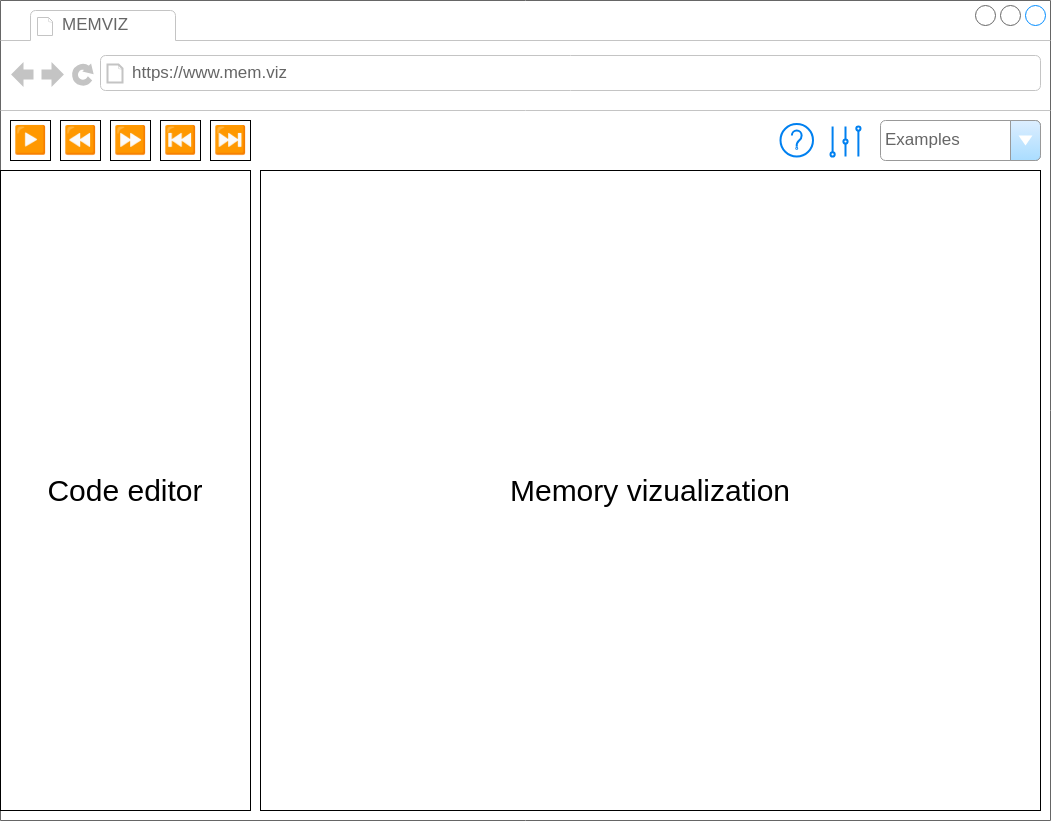
Before: doc/wireframe.drawio.png, a diagram exported from draw.io (hruboson/memviz). Source tidied: cells renumbered, new cells last; positions are measured from the earlier drawing's top-left corner, leaving out a move shared by most shapes. The source it was exported from:
```xml
<mxGraphModel>
  <root>
    <mxCell id="0" />
    <mxCell id="1" parent="0" />
    <mxCell id="2" style="strokeWidth=1;shadow=0;dashed=0;align=center;html=1;shape=mxgraph.mockup.containers.browserWindow;rSize=0;strokeColor=#666666;mainText=,;rounded=0;labelBackgroundColor=none;fontFamily=Verdana;fontSize=12;" parent="1" vertex="1">
      <mxGeometry width="1050" height="820" as="geometry" />
    </mxCell>
    <mxCell id="3" value="MEMVIZ" style="strokeWidth=1;shadow=0;dashed=0;align=center;html=1;shape=mxgraph.mockup.containers.anchor;fontSize=17;fontColor=#666666;align=left;" parent="2" vertex="1">
      <mxGeometry x="60" y="12" width="110" height="26" as="geometry" />
    </mxCell>
    <mxCell id="4" value="https://www.mem.viz" style="strokeWidth=1;shadow=0;dashed=0;align=center;html=1;shape=mxgraph.mockup.containers.anchor;rSize=0;fontSize=17;fontColor=#666666;align=left;" parent="2" vertex="1">
      <mxGeometry x="130" y="60" width="250" height="26" as="geometry" />
    </mxCell>
    <mxCell id="5" value="Examples" style="strokeWidth=1;shadow=0;dashed=0;align=center;html=1;shape=mxgraph.mockup.forms.comboBox;strokeColor=#999999;fillColor=#ddeeff;align=left;fillColor2=#aaddff;mainText=;fontColor=#666666;fontSize=17;spacingLeft=3;" parent="2" vertex="1">
      <mxGeometry x="880" y="120" width="160" height="40" as="geometry" />
    </mxCell>
    <mxCell id="6" value="&lt;font style=&quot;font-size: 27px;&quot;&gt;▶️&lt;/font&gt;" style="rounded=0;whiteSpace=wrap;html=1;strokeColor=default;" parent="2" vertex="1">
      <mxGeometry x="10" y="120" width="40" height="40" as="geometry" />
    </mxCell>
    <mxCell id="7" value="&lt;font style=&quot;font-size: 27px;&quot;&gt;⏮️&lt;/font&gt;" style="rounded=0;whiteSpace=wrap;html=1;strokeColor=default;" parent="2" vertex="1">
      <mxGeometry x="160" y="120" width="40" height="40" as="geometry" />
    </mxCell>
    <mxCell id="8" value="&lt;font style=&quot;font-size: 27px;&quot;&gt;⏭️&lt;/font&gt;" style="rounded=0;whiteSpace=wrap;html=1;strokeColor=default;" parent="2" vertex="1">
      <mxGeometry x="210" y="120" width="40" height="40" as="geometry" />
    </mxCell>
    <mxCell id="9" value="&lt;font style=&quot;font-size: 27px;&quot;&gt;⏩&lt;/font&gt;" style="rounded=0;whiteSpace=wrap;html=1;strokeColor=default;" parent="2" vertex="1">
      <mxGeometry x="110" y="120" width="40" height="40" as="geometry" />
    </mxCell>
    <mxCell id="10" value="&lt;font style=&quot;font-size: 27px;&quot;&gt;⏪&lt;/font&gt;" style="rounded=0;whiteSpace=wrap;html=1;strokeColor=default;" parent="2" vertex="1">
      <mxGeometry x="60" y="120" width="40" height="40" as="geometry" />
    </mxCell>
    <mxCell id="11" value="&lt;font style=&quot;font-size: 30px;&quot;&gt;Code editor&lt;/font&gt;" style="rounded=0;whiteSpace=wrap;html=1;align=center;" parent="2" vertex="1">
      <mxGeometry y="170" width="250" height="640" as="geometry" />
    </mxCell>
    <mxCell id="12" value="&lt;font style=&quot;font-size: 30px;&quot;&gt;Memory vizualization&lt;/font&gt;" style="rounded=0;whiteSpace=wrap;html=1;" parent="2" vertex="1">
      <mxGeometry x="260" y="170" width="780" height="640" as="geometry" />
    </mxCell>
    <mxCell id="13" style="html=1;verticalLabelPosition=bottom;align=center;labelBackgroundColor=#ffffff;verticalAlign=top;strokeWidth=2;strokeColor=#0080F0;shadow=0;dashed=0;shape=mxgraph.ios7.icons.help;" parent="2" vertex="1">
      <mxGeometry x="780" y="123.5" width="32.5" height="32.5" as="geometry" />
    </mxCell>
    <mxCell id="14" style="html=1;verticalLabelPosition=bottom;align=center;labelBackgroundColor=#ffffff;verticalAlign=top;strokeWidth=2;strokeColor=#0080F0;shadow=0;dashed=0;shape=mxgraph.ios7.icons.volume;" parent="2" vertex="1">
      <mxGeometry x="830" y="126" width="30" height="30" as="geometry" />
    </mxCell>
  </root>
</mxGraphModel>
```
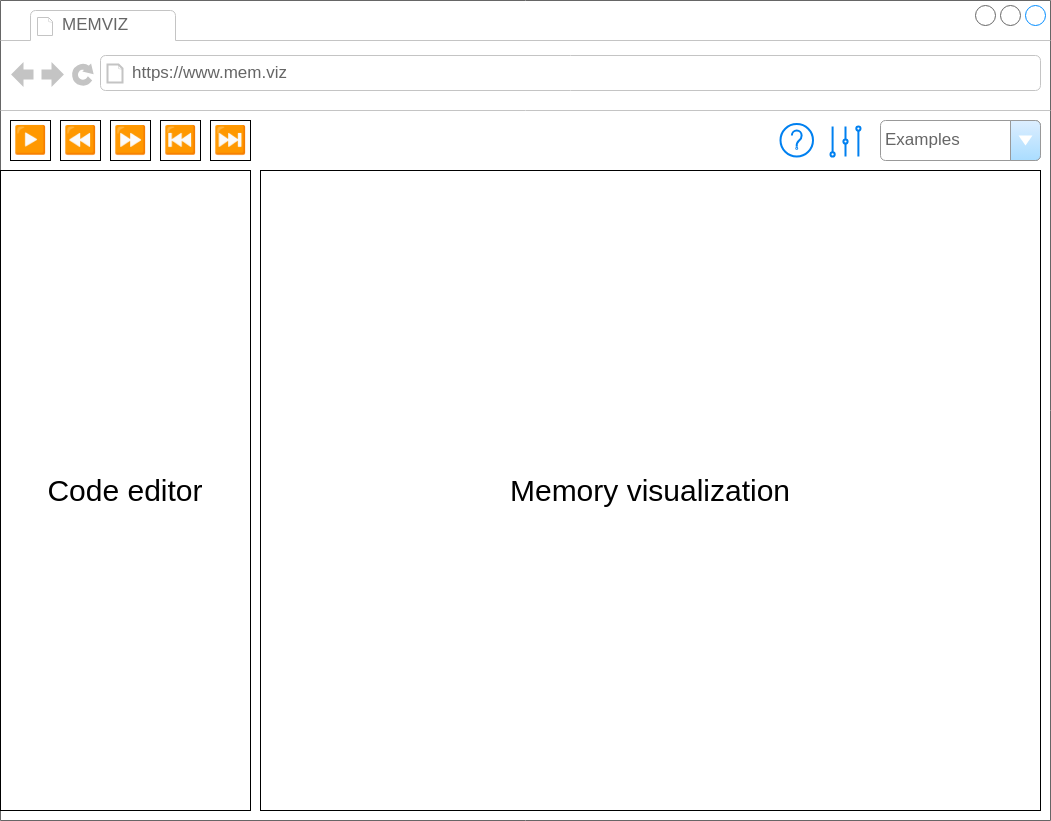
The same diagram one commit later.

Commit message:
doc(architecture diagram)

Diff of the diagram source:
```diff
@@ -32,7 +32,7 @@
     <mxCell id="11" value="&lt;font style=&quot;font-size: 30px;&quot;&gt;Code editor&lt;/font&gt;" style="rounded=0;whiteSpace=wrap;html=1;align=center;" parent="2" vertex="1">
       <mxGeometry y="170" width="250" height="640" as="geometry" />
     </mxCell>
-    <mxCell id="12" value="&lt;font style=&quot;font-size: 30px;&quot;&gt;Memory vizualization&lt;/font&gt;" style="rounded=0;whiteSpace=wrap;html=1;" parent="2" vertex="1">
+    <mxCell id="12" value="&lt;font style=&quot;font-size: 30px;&quot;&gt;Memory visualization&lt;/font&gt;" style="rounded=0;whiteSpace=wrap;html=1;" parent="2" vertex="1">
       <mxGeometry x="260" y="170" width="780" height="640" as="geometry" />
     </mxCell>
     <mxCell id="13" style="html=1;verticalLabelPosition=bottom;align=center;labelBackgroundColor=#ffffff;verticalAlign=top;strokeWidth=2;strokeColor=#0080F0;shadow=0;dashed=0;shape=mxgraph.ios7.icons.help;" parent="2" vertex="1">
```
